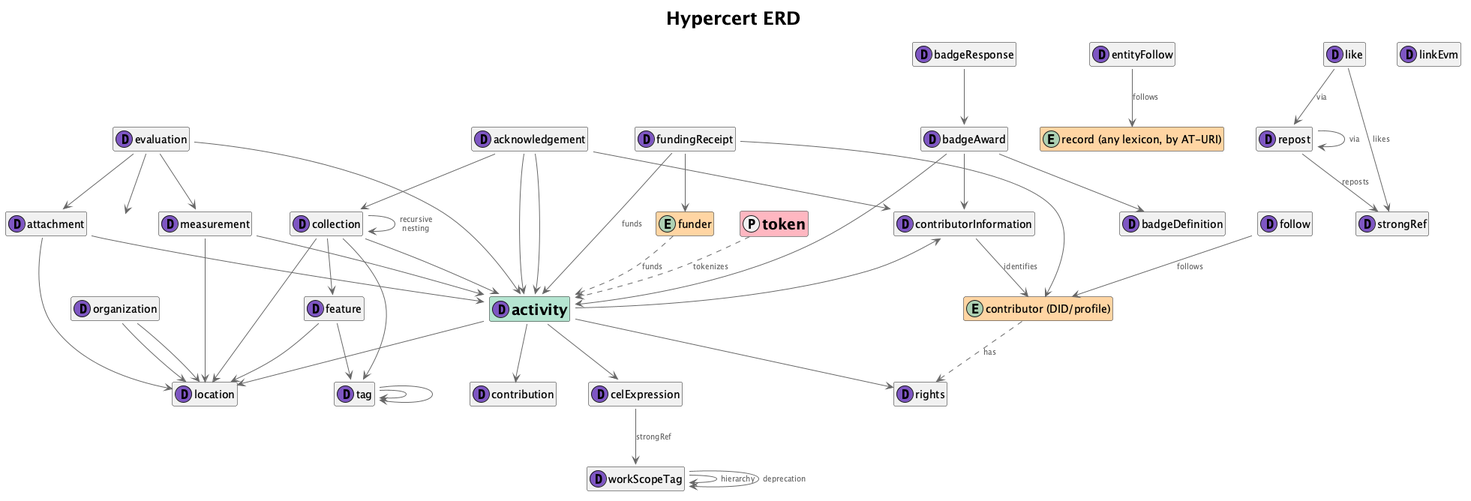
Earlier version of the PlantUML export ERD.png (hypercerts-org/hypercerts-lexicon).
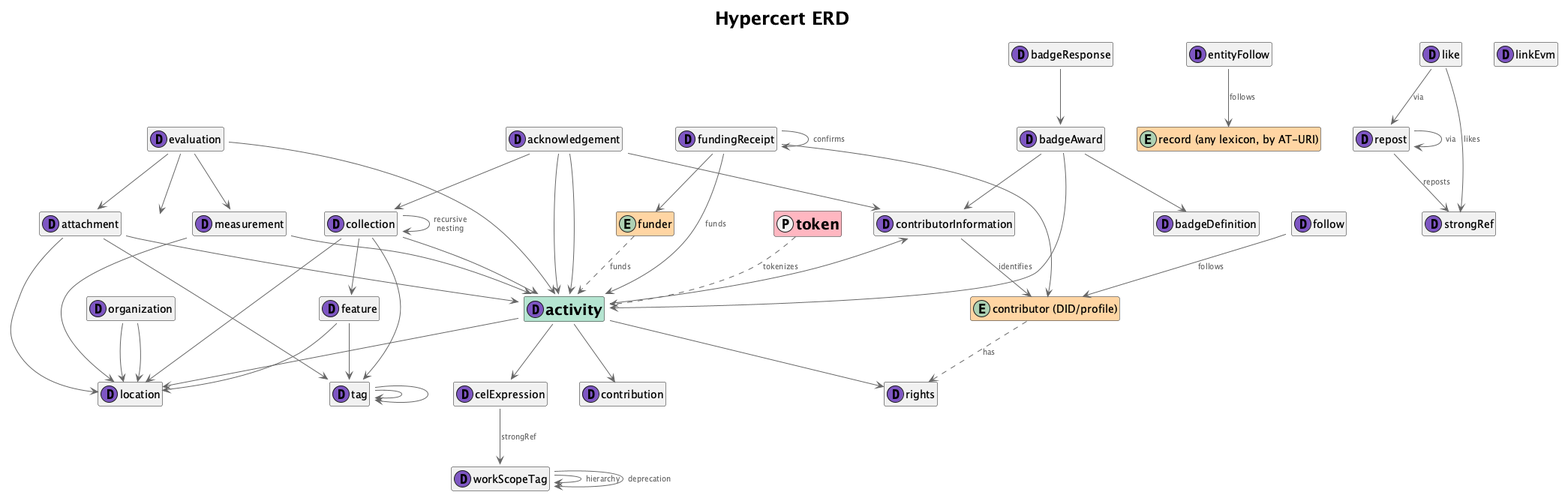
After the commit.

Commit message:
feat(funding): add matchingReceipt to the funding receipt

Change to the diagram source:
```diff
@@ -49,6 +49,7 @@
     additionalLocations[]?
     foundedDate?
     longDescription?
+    langs[]?
     visibility?
     createdAt
     !endif
@@ -65,6 +66,7 @@
     title
     shortDescription
     description?
+    langs[]?
     image?
     workScope?
     startDate?
@@ -84,7 +86,10 @@
     title
     shortDescription?
     description?
+    langs[]?
     location?
+    tags[]?
+    capturedAt?
     createdAt
     !endif
 }
@@ -257,6 +262,7 @@
     type?
     title
     description?
+    langs[]?
     locations[]?
     tags[]?
     sameAs[]?
@@ -305,6 +311,7 @@
     title
     shortDescription?
     description?
+    langs[]?
     items[]?
     location?
     tags[]?
@@ -333,9 +340,14 @@
     !if (SHOW_FIELDS == "true")
     to
     from?
+    via?
     for?
-    amount
-    currency
+    matchingReceipt?
+    type?
+    amount?
+    currency?
+    netAmount?
+    netCurrency?
     paymentRail?
     paymentNetwork?
     transactionId?
@@ -373,6 +385,7 @@
 
 attachment::subjects --> activity
 attachment::location --> location
+attachment::tags --> tag
 
 measurement::subjects --> activity
 
@@ -424,6 +437,7 @@
 fundingReceipt::to --> contributorEntity
 
 fundingReceipt::for --> activity : funds
+fundingReceipt::matchingReceipt --> fundingReceipt : confirms
 
 badgeAward::badge --> badgeDefinition
 badgeResponse::badgeAward --> badgeAward
```
